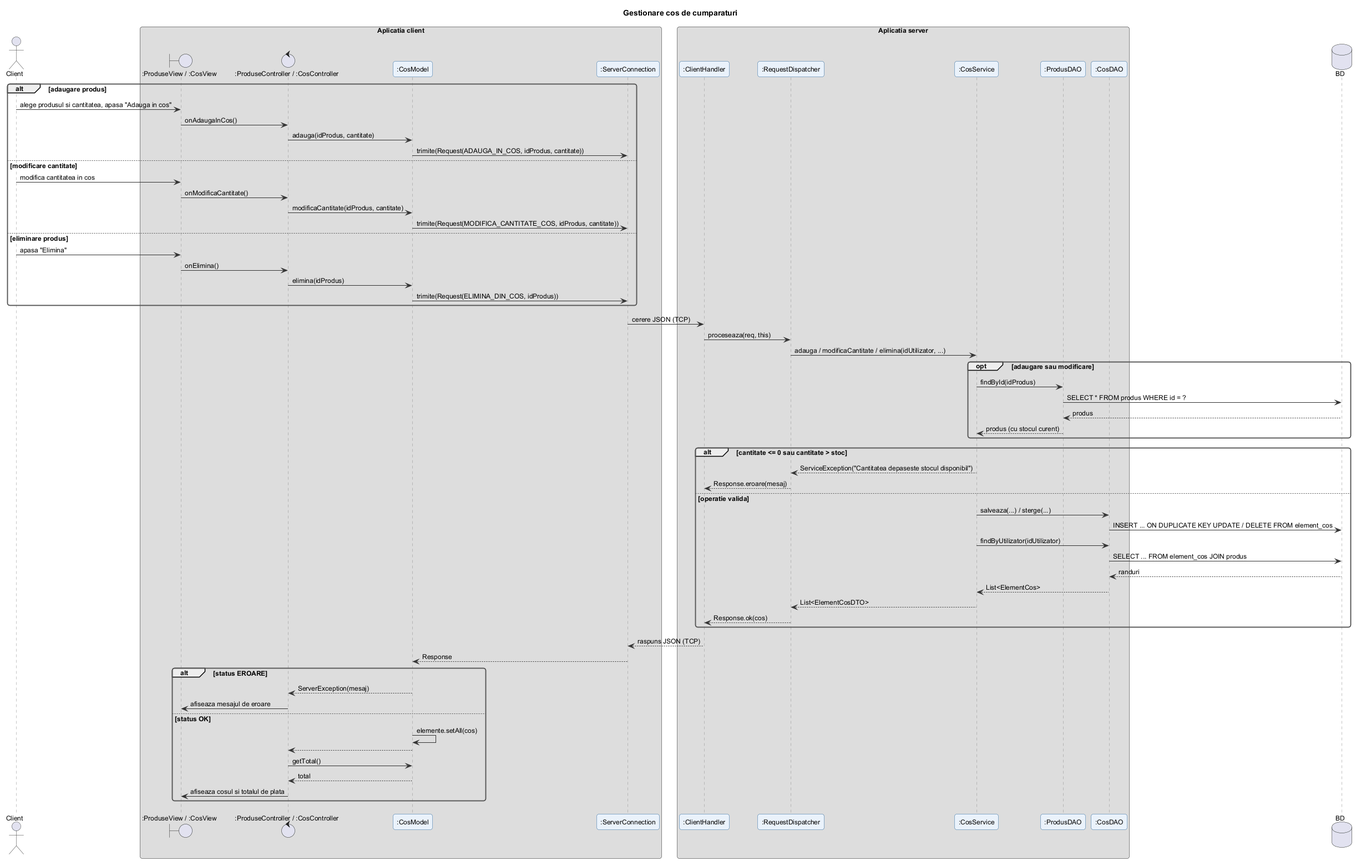
filip-eanu/ProiectIS keeps this PlantUML diagram as docs/diagrame/6_secventa/gestionare_cos.png. Above is the earlier version.
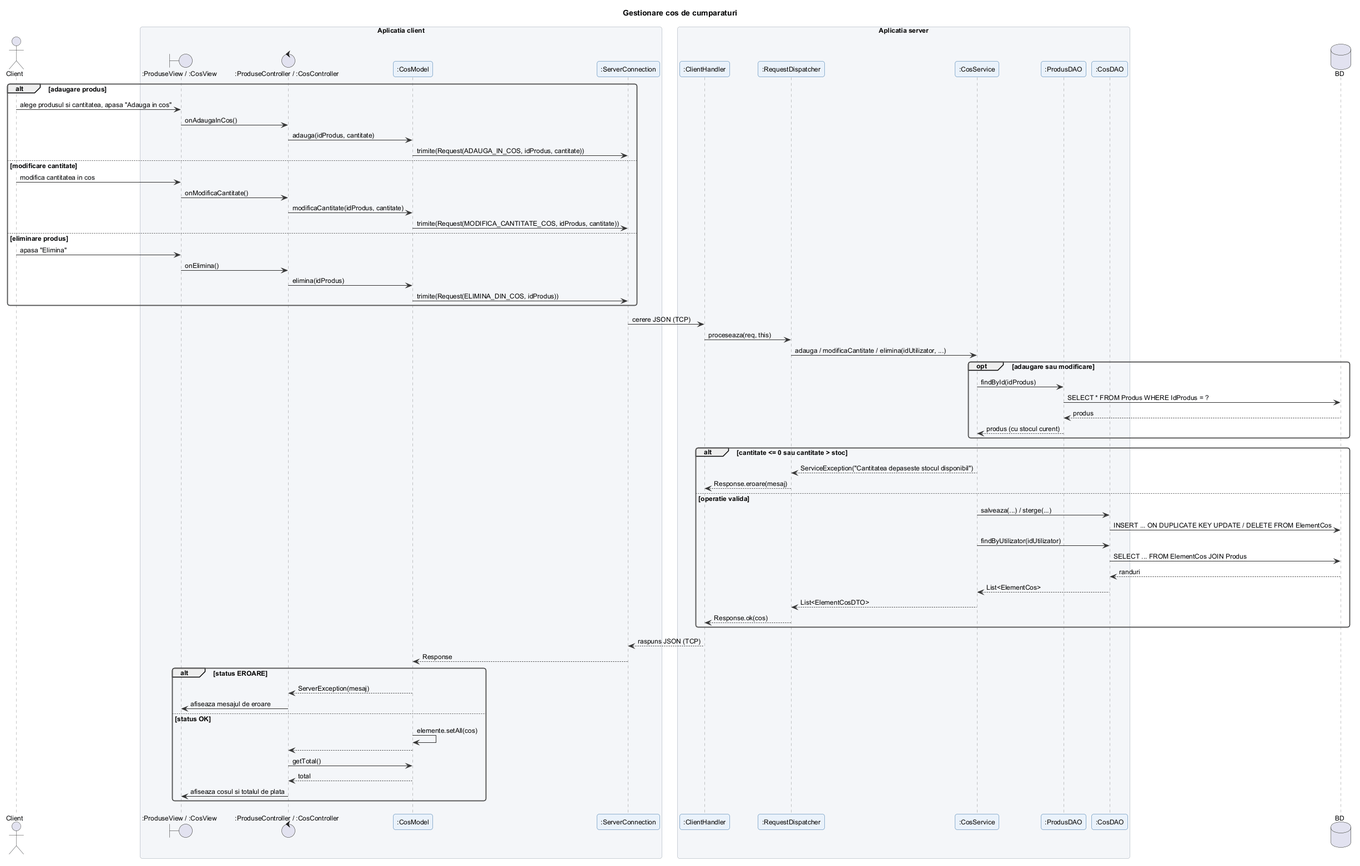
After the commit.

The edit, as a diff of the source:
```diff
@@ -39,7 +39,7 @@
 RD -> S : adauga / modificaCantitate / elimina(idUtilizator, ...)
 opt adaugare sau modificare
   S -> PD : findById(idProdus)
-  PD -> DB : SELECT * FROM produs WHERE id = ?
+  PD -> DB : SELECT * FROM Produs WHERE IdProdus = ?
   DB --> PD : produs
   PD --> S : produs (cu stocul curent)
 end
@@ -48,9 +48,9 @@
   RD --> CH : Response.eroare(mesaj)
 else operatie valida
   S -> D : salveaza(...) / sterge(...)
-  D -> DB : INSERT ... ON DUPLICATE KEY UPDATE / DELETE FROM element_cos
+  D -> DB : INSERT ... ON DUPLICATE KEY UPDATE / DELETE FROM ElementCos
   S -> D : findByUtilizator(idUtilizator)
-  D -> DB : SELECT ... FROM element_cos JOIN produs
+  D -> DB : SELECT ... FROM ElementCos JOIN Produs
   DB --> D : randuri
   D --> S : List<ElementCos>
   S --> RD : List<ElementCosDTO>
```
